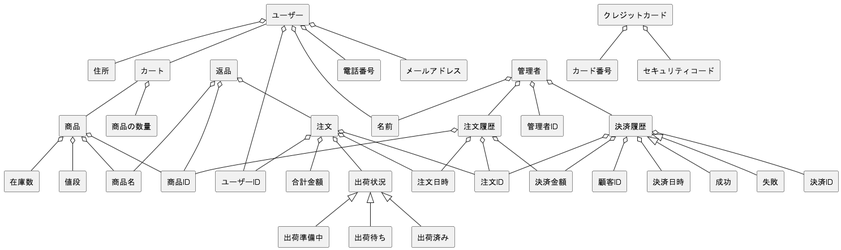
The PlantUML diagram out/group/BBshop/domain/注文管理システム.png in syouya2236/ohara_uml, before a commit. Source of this version:
```plantuml
@startuml 注文管理システム
skinparam componentStyle rectangle

[ユーザー] o-- [ユーザーID]
[ユーザー] o-- [名前]
[ユーザー] o-- [電話番号]
[ユーザー] o-- [メールアドレス]
[ユーザー] o-- [住所]
[ユーザー] -- [カート]

[クレジットカード] o-- [カード番号]
[クレジットカード] o-- [セキュリティコード]

[カート] -- [商品]
[カート] o-- [商品の数量]





[管理者] o-- [名前]
[管理者] o-- [管理者ID]
[管理者] o-- [決済履歴]
[管理者] o-- [注文履歴]

[決済履歴] o-- [決済ID]
[決済履歴] o-- [注文ID]
[決済履歴] o-- [顧客ID]
[決済履歴] o-- [決済金額]
[決済履歴] o-- [決済日時]
[決済履歴] <|-- [成功]
[決済履歴] <|-- [失敗]

[商品] o-- [商品名]
[商品] o-- [商品ID]
[商品] o-- [値段]
[商品] o-- [在庫数]

[注文] o-- [注文ID]
[注文] o-- [ユーザーID]
[注文] o-- [注文日時]
[注文] o-- [合計金額]
[注文] o-- [出荷状況]
[出荷状況] <|-- [出荷準備中]
[出荷状況] <|-- [出荷待ち]
[出荷状況] <|-- [出荷済み]

[注文履歴] o-- [商品ID]
[注文履歴] o-- [注文ID]
[注文履歴] o-- [注文日時]
[注文履歴] o-- [決済金額]

[返品] o-- [商品ID]
[返品] o-- [商品名]
[返品] o-- [注文]
@enduml
```
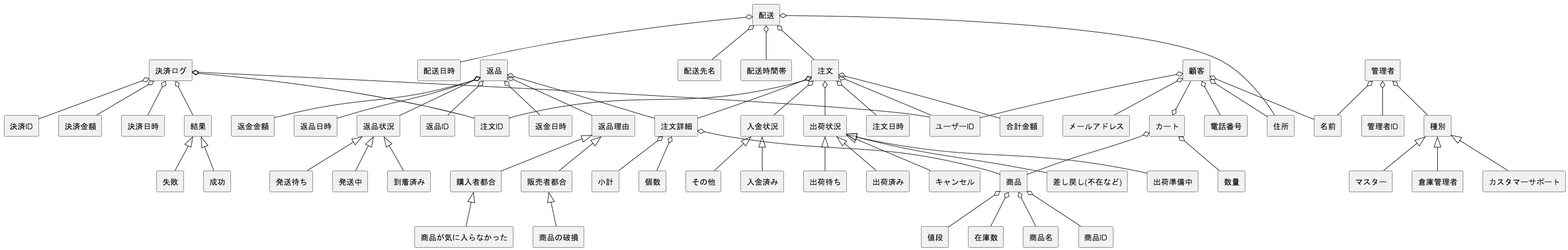
After the commit.

The edit, as a diff of the source:
```diff
@@ -1,18 +1,23 @@
 @startuml 注文管理システム
 skinparam componentStyle rectangle
 
-[ユーザー] o-- [ユーザーID]
-[ユーザー] o-- [名前]
-[ユーザー] o-- [電話番号]
-[ユーザー] o-- [メールアドレス]
-[ユーザー] o-- [住所]
-[ユーザー] -- [カート]
+[顧客] o-- [ユーザーID]
+[顧客] o-- [名前]
+[顧客] o-- [電話番号]
+[顧客] o-- [メールアドレス]
+[顧客] o-- [住所]
+[顧客] --o [カート]
 
-[クレジットカード] o-- [カード番号]
-[クレジットカード] o-- [セキュリティコード]
 
-[カート] -- [商品]
-[カート] o-- [商品の数量]
+[カート] o-- [商品]
+[カート] o-- [数量]
+
+
+[配送] o-- [注文]
+[配送] o-- [住所]
+[配送] o-- [配送日時]
+[配送] o-- [配送先名]
+[配送] o-- [配送時間帯]
 
 
 
@@ -20,16 +25,21 @@
 
 [管理者] o-- [名前]
 [管理者] o-- [管理者ID]
-[管理者] o-- [決済履歴]
-[管理者] o-- [注文履歴]
+[管理者] o-- [種別]
+[種別] <|-- [マスター]
+[種別] <|-- [倉庫管理者]
+[種別] <|-- [カスタマーサポート]
 
-[決済履歴] o-- [決済ID]
-[決済履歴] o-- [注文ID]
-[決済履歴] o-- [顧客ID]
-[決済履歴] o-- [決済金額]
-[決済履歴] o-- [決済日時]
-[決済履歴] <|-- [成功]
-[決済履歴] <|-- [失敗]
+
+[決済ログ] o-- [決済ID]
+[決済ログ] o-- [注文ID]
+[決済ログ] o-- [ユーザーID]
+[決済ログ] o-- [決済金額]
+[決済ログ] o-- [決済日時]
+[決済ログ] o-- [結果]
+[結果] <|-- [成功]
+[結果] <|-- [失敗]
+
 
 [商品] o-- [商品名]
 [商品] o-- [商品ID]
@@ -40,17 +50,36 @@
 [注文] o-- [ユーザーID]
 [注文] o-- [注文日時]
 [注文] o-- [合計金額]
+[注文] o-- [注文詳細]
+[注文] o-- [入金状況]
+[入金状況] <|-- [入金済み]
+[入金状況] <|-- [その他]
+[注文詳細] o-- [商品]
+[注文詳細] o-- [個数]
+[注文詳細] o-- [小計]
+
 [注文] o-- [出荷状況]
 [出荷状況] <|-- [出荷準備中]
 [出荷状況] <|-- [出荷待ち]
 [出荷状況] <|-- [出荷済み]
+[出荷状況] <|-- [キャンセル]
+[出荷状況] <|-- [差し戻し(不在など)]
 
-[注文履歴] o-- [商品ID]
-[注文履歴] o-- [注文ID]
-[注文履歴] o-- [注文日時]
-[注文履歴] o-- [決済金額]
 
-[返品] o-- [商品ID]
-[返品] o-- [商品名]
-[返品] o-- [注文]
+
+
+[返品] o-- [返品ID]
+[返品] o-- [注文詳細]
+[返品] o-- [返品理由]
+[販売者都合] <|-- [商品の破損]
+[購入者都合] <|-- [商品が気に入らなかった]
+[返品理由] <|-- [販売者都合]
+[返品理由] <|-- [購入者都合]
+[返品] o-- [返品日時]
+[返品] o-- [返品状況]
+[返品状況] <|-- [発送待ち]
+[返品状況] <|-- [発送中]
+[返品状況] <|-- [到着済み]
+[返品] o-- [返金日時]
+[返品] o-- [返金金額]
 @enduml
```
